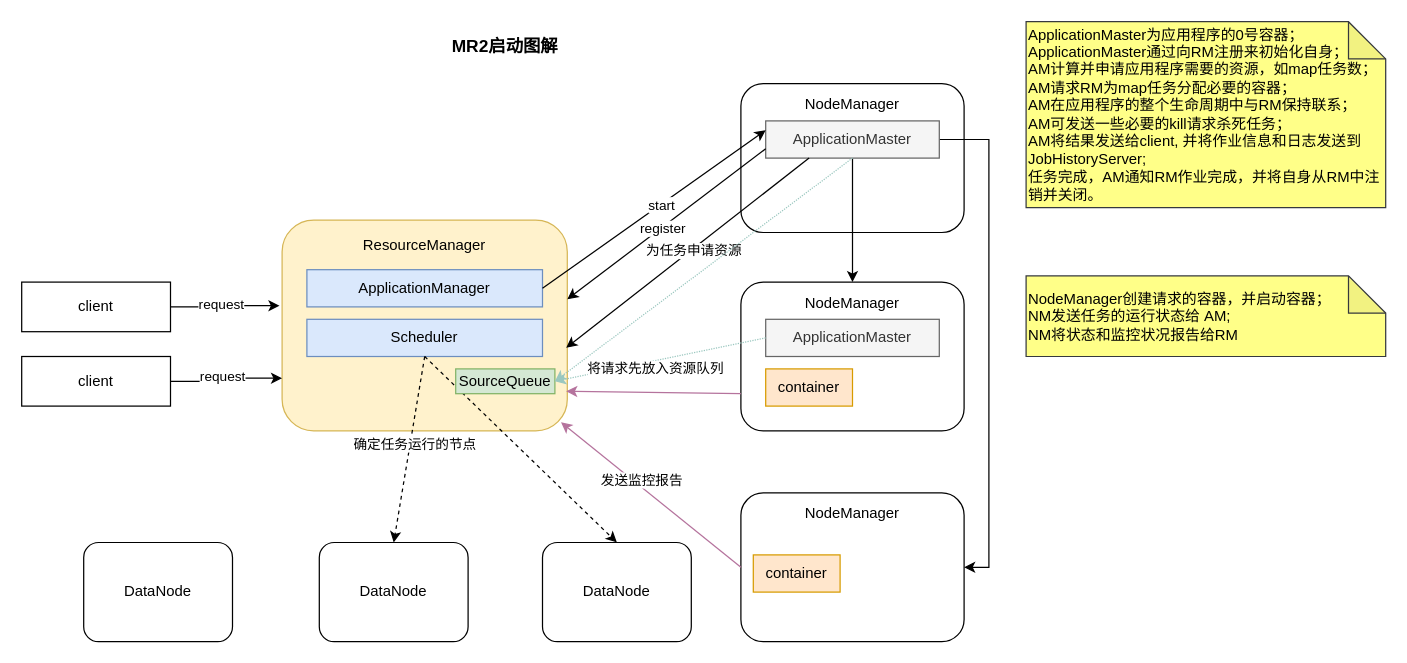
Before: YARN_MR2.drawio in zhangyuanyin/bigdata_chars, a draw.io diagram. Source tidied: cells renumbered, new cells numbered last; positions are measured from the earlier drawing's top-left corner, leaving out a move shared by most shapes. Both pictures are drawn from the tidied source at 124%, with x=0, y=0 at pixel (21, 21).
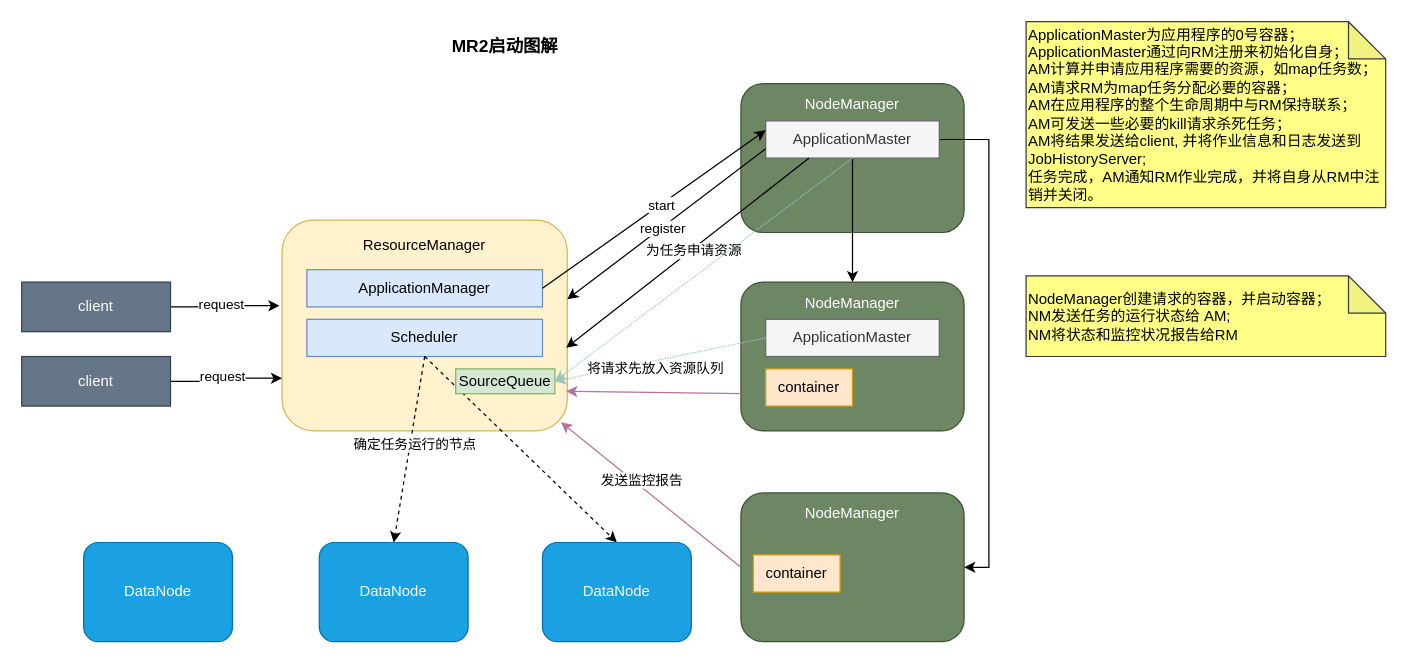
After the change.

Diff of the diagram source:
```diff
@@
-    <mxCell id="4" value="client" style="rounded=0;whiteSpace=wrap;html=1;" parent="1" vertex="1">
+    <mxCell id="4" value="client" style="rounded=0;whiteSpace=wrap;html=1;fillColor=#647687;fontColor=#ffffff;strokeColor=#314354;" parent="1" vertex="1">
       <mxGeometry y="210" width="120" height="40" as="geometry" />
     </mxCell>
@@
-    <mxCell id="8" value="client" style="rounded=0;whiteSpace=wrap;html=1;" parent="1" vertex="1">
+    <mxCell id="8" value="client" style="rounded=0;whiteSpace=wrap;html=1;fillColor=#647687;fontColor=#ffffff;strokeColor=#314354;" parent="1" vertex="1">
       <mxGeometry y="270" width="120" height="40" as="geometry" />
     </mxCell>
@@
-    <mxCell id="11" value="NodeManager&lt;br&gt;&lt;br&gt;&lt;br&gt;&lt;br&gt;&lt;br&gt;&lt;br&gt;&lt;br&gt;" style="rounded=1;whiteSpace=wrap;html=1;" parent="1" vertex="1">
+    <mxCell id="11" value="NodeManager&lt;br&gt;&lt;br&gt;&lt;br&gt;&lt;br&gt;&lt;br&gt;&lt;br&gt;&lt;br&gt;" style="rounded=1;whiteSpace=wrap;html=1;fillColor=#6d8764;fontColor=#ffffff;strokeColor=#3A5431;" parent="1" vertex="1">
       <mxGeometry x="580" y="50" width="180" height="120" as="geometry" />
     </mxCell>
-    <mxCell id="12" value="NodeManager&lt;br&gt;&lt;br&gt;&lt;br&gt;&lt;br&gt;&lt;br&gt;&lt;br&gt;&lt;br&gt;" style="rounded=1;whiteSpace=wrap;html=1;" parent="1" vertex="1">
+    <mxCell id="12" value="NodeManager&lt;br&gt;&lt;br&gt;&lt;br&gt;&lt;br&gt;&lt;br&gt;&lt;br&gt;&lt;br&gt;" style="rounded=1;whiteSpace=wrap;html=1;fillColor=#6d8764;fontColor=#ffffff;strokeColor=#3A5431;" parent="1" vertex="1">
       <mxGeometry x="580" y="210" width="180" height="120" as="geometry" />
     </mxCell>
-    <mxCell id="13" value="NodeManager&lt;br&gt;&lt;br&gt;&lt;br&gt;&lt;br&gt;&lt;br&gt;&lt;br&gt;&lt;br&gt;" style="rounded=1;whiteSpace=wrap;html=1;" parent="1" vertex="1">
+    <mxCell id="13" value="NodeManager&lt;br&gt;&lt;br&gt;&lt;br&gt;&lt;br&gt;&lt;br&gt;&lt;br&gt;&lt;br&gt;" style="rounded=1;whiteSpace=wrap;html=1;fillColor=#6d8764;fontColor=#ffffff;strokeColor=#3A5431;" parent="1" vertex="1">
       <mxGeometry x="580" y="380" width="180" height="120" as="geometry" />
     </mxCell>
@@
-    <mxCell id="27" value="DataNode" style="rounded=1;whiteSpace=wrap;html=1;" parent="1" vertex="1">
+    <mxCell id="27" value="DataNode" style="rounded=1;whiteSpace=wrap;html=1;fillColor=#1ba1e2;fontColor=#ffffff;strokeColor=#006EAF;" parent="1" vertex="1">
       <mxGeometry x="240" y="420" width="120" height="80" as="geometry" />
     </mxCell>
-    <mxCell id="28" value="&lt;span&gt;DataNode&lt;/span&gt;" style="rounded=1;whiteSpace=wrap;html=1;" parent="1" vertex="1">
+    <mxCell id="28" value="&lt;span&gt;DataNode&lt;/span&gt;" style="rounded=1;whiteSpace=wrap;html=1;fillColor=#1ba1e2;fontColor=#ffffff;strokeColor=#006EAF;" parent="1" vertex="1">
       <mxGeometry x="420" y="420" width="120" height="80" as="geometry" />
     </mxCell>
-    <mxCell id="29" value="&lt;span&gt;DataNode&lt;/span&gt;" style="rounded=1;whiteSpace=wrap;html=1;" parent="1" vertex="1">
+    <mxCell id="29" value="&lt;span&gt;DataNode&lt;/span&gt;" style="rounded=1;whiteSpace=wrap;html=1;fillColor=#1ba1e2;fontColor=#ffffff;strokeColor=#006EAF;" parent="1" vertex="1">
       <mxGeometry x="50" y="420" width="120" height="80" as="geometry" />
     </mxCell>
```
